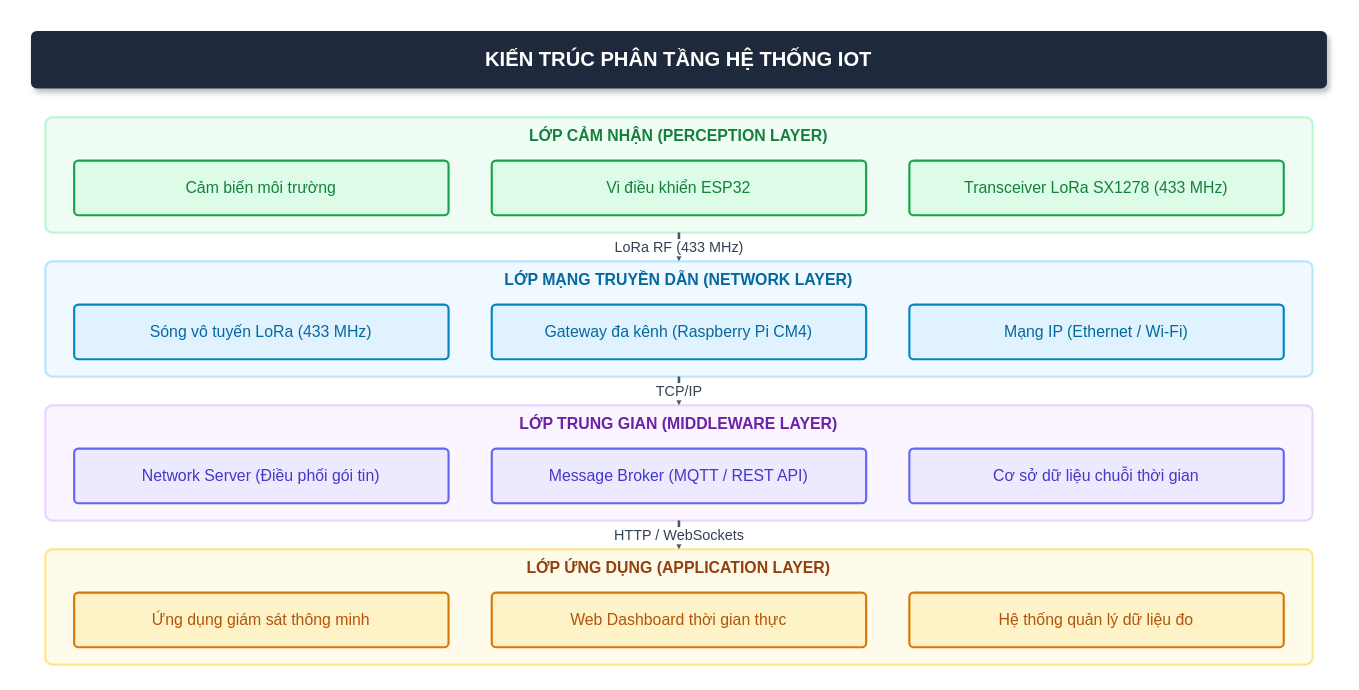
Earlier version of the draw.io diagram page "01_kien_truc_iot_4_lop" (1 of 13) of figs/full_project_diagrams.drawio (Brauuwu/LoRa_TinyML_Hopping). Source tidied: cells renumbered, new cells numbered last; positions are measured from the earlier drawing's top-left corner, leaving out a move shared by most shapes. Both pictures are drawn from the tidied source at 144%, with x=0, y=0 at pixel (30, 30).
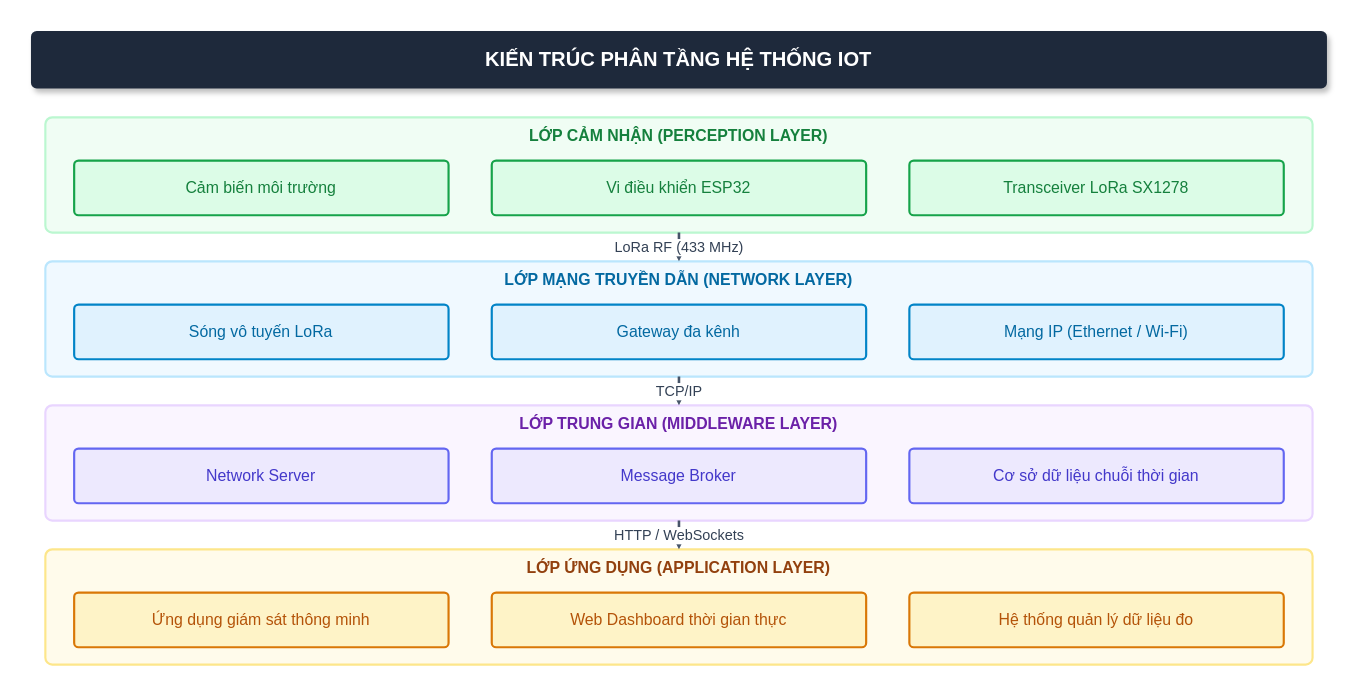
After the change.

The edit, as a diff of the source:
```diff
@@
-    <mxCell id="6" value="Transceiver LoRa SX1278 (433 MHz)" style="rounded=1;whiteSpace=wrap;html=1;fillColor=#dcfce7;strokeColor=#16a34a;strokeWidth=1.5;fontColor=#15803d;fontSize=11;arcSize=8;" parent="1" vertex="1">
+    <mxCell id="6" value="Transceiver LoRa SX1278" style="rounded=1;whiteSpace=wrap;html=1;fillColor=#dcfce7;strokeColor=#16a34a;strokeWidth=1.5;fontColor=#15803d;fontSize=11;arcSize=8;" parent="1" vertex="1">
       <mxGeometry x="610" y="90" width="260" height="38" as="geometry" />
     </mxCell>
@@
-    <mxCell id="8" value="Sóng vô tuyến LoRa (433 MHz)" style="rounded=1;whiteSpace=wrap;html=1;fillColor=#e0f2fe;strokeColor=#0284c7;strokeWidth=1.5;fontColor=#0369a1;fontSize=11;arcSize=8;" parent="1" vertex="1">
+    <mxCell id="8" value="Sóng vô tuyến LoRa" style="rounded=1;whiteSpace=wrap;html=1;fillColor=#e0f2fe;strokeColor=#0284c7;strokeWidth=1.5;fontColor=#0369a1;fontSize=11;arcSize=8;" parent="1" vertex="1">
       <mxGeometry x="30" y="190" width="260" height="38" as="geometry" />
     </mxCell>
-    <mxCell id="9" value="Gateway đa kênh (Raspberry Pi CM4)" style="rounded=1;whiteSpace=wrap;html=1;fillColor=#e0f2fe;strokeColor=#0284c7;strokeWidth=1.5;fontColor=#0369a1;fontSize=11;arcSize=8;" parent="1" vertex="1">
+    <mxCell id="9" value="Gateway đa kênh" style="rounded=1;whiteSpace=wrap;html=1;fillColor=#e0f2fe;strokeColor=#0284c7;strokeWidth=1.5;fontColor=#0369a1;fontSize=11;arcSize=8;" parent="1" vertex="1">
       <mxGeometry x="320" y="190" width="260" height="38" as="geometry" />
     </mxCell>
@@
-    <mxCell id="12" value="Network Server (Điều phối gói tin)" style="rounded=1;whiteSpace=wrap;html=1;fillColor=#ede9fe;strokeColor=#6366f1;strokeWidth=1.5;fontColor=#4338ca;fontSize=11;arcSize=8;" parent="1" vertex="1">
+    <mxCell id="12" value="Network Server" style="rounded=1;whiteSpace=wrap;html=1;fillColor=#ede9fe;strokeColor=#6366f1;strokeWidth=1.5;fontColor=#4338ca;fontSize=11;arcSize=8;" parent="1" vertex="1">
       <mxGeometry x="30" y="290" width="260" height="38" as="geometry" />
     </mxCell>
-    <mxCell id="13" value="Message Broker (MQTT / REST API)" style="rounded=1;whiteSpace=wrap;html=1;fillColor=#ede9fe;strokeColor=#6366f1;strokeWidth=1.5;fontColor=#4338ca;fontSize=11;arcSize=8;" parent="1" vertex="1">
+    <mxCell id="13" value="Message Broker" style="rounded=1;whiteSpace=wrap;html=1;fillColor=#ede9fe;strokeColor=#6366f1;strokeWidth=1.5;fontColor=#4338ca;fontSize=11;arcSize=8;" parent="1" vertex="1">
       <mxGeometry x="320" y="290" width="260" height="38" as="geometry" />
     </mxCell>
```
